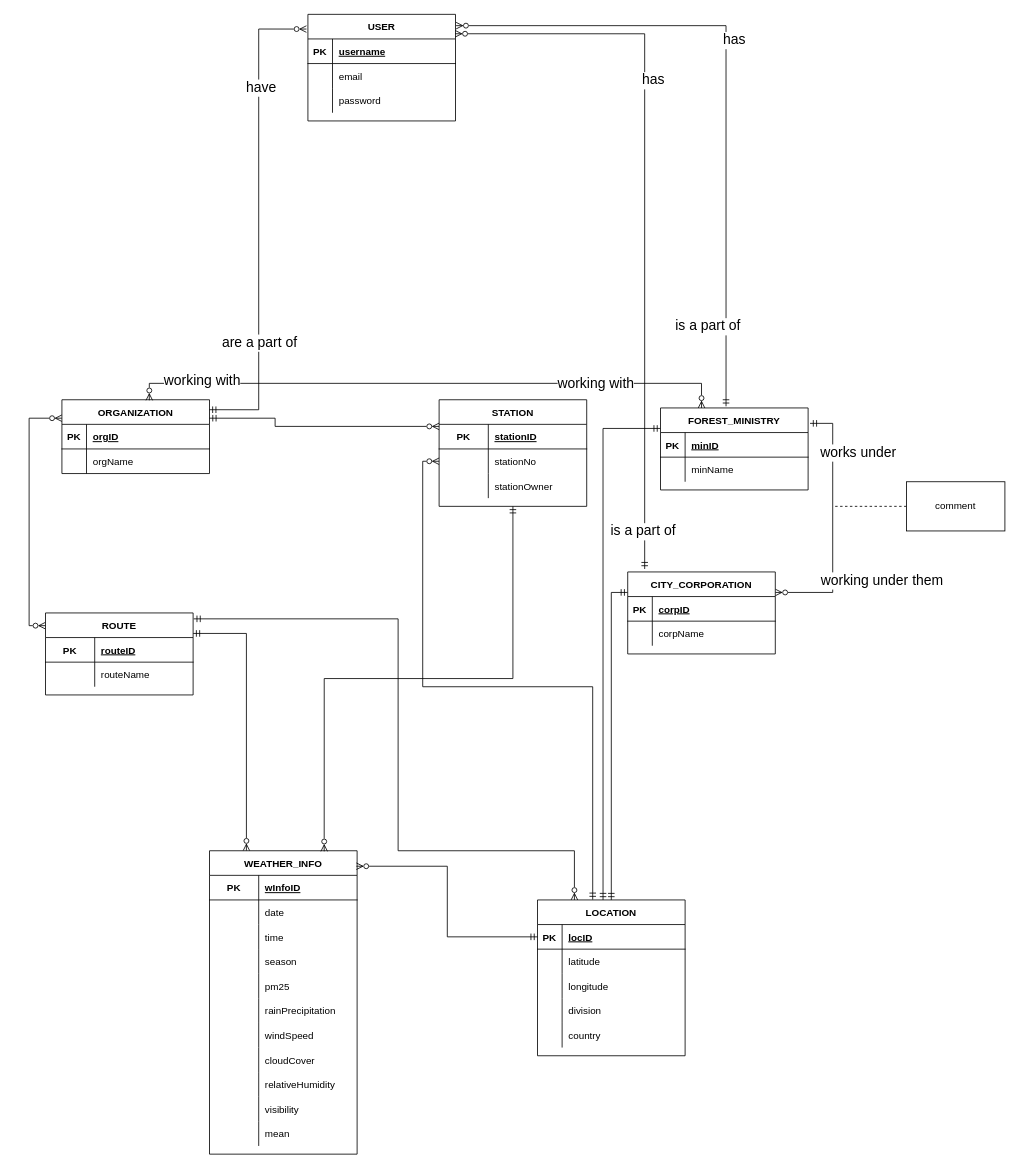
The draw.io diagram z-design/EERD.drawio in zorojuro75/CSE303-sec-03-Group-03, before the edit. Source tidied: cells renumbered, new cells numbered last; positions are measured from the earlier drawing's top-left corner, leaving out a move shared by most shapes. Both pictures are drawn from the tidied source at 82%, with x=0, y=0 at pixel (45, 14).
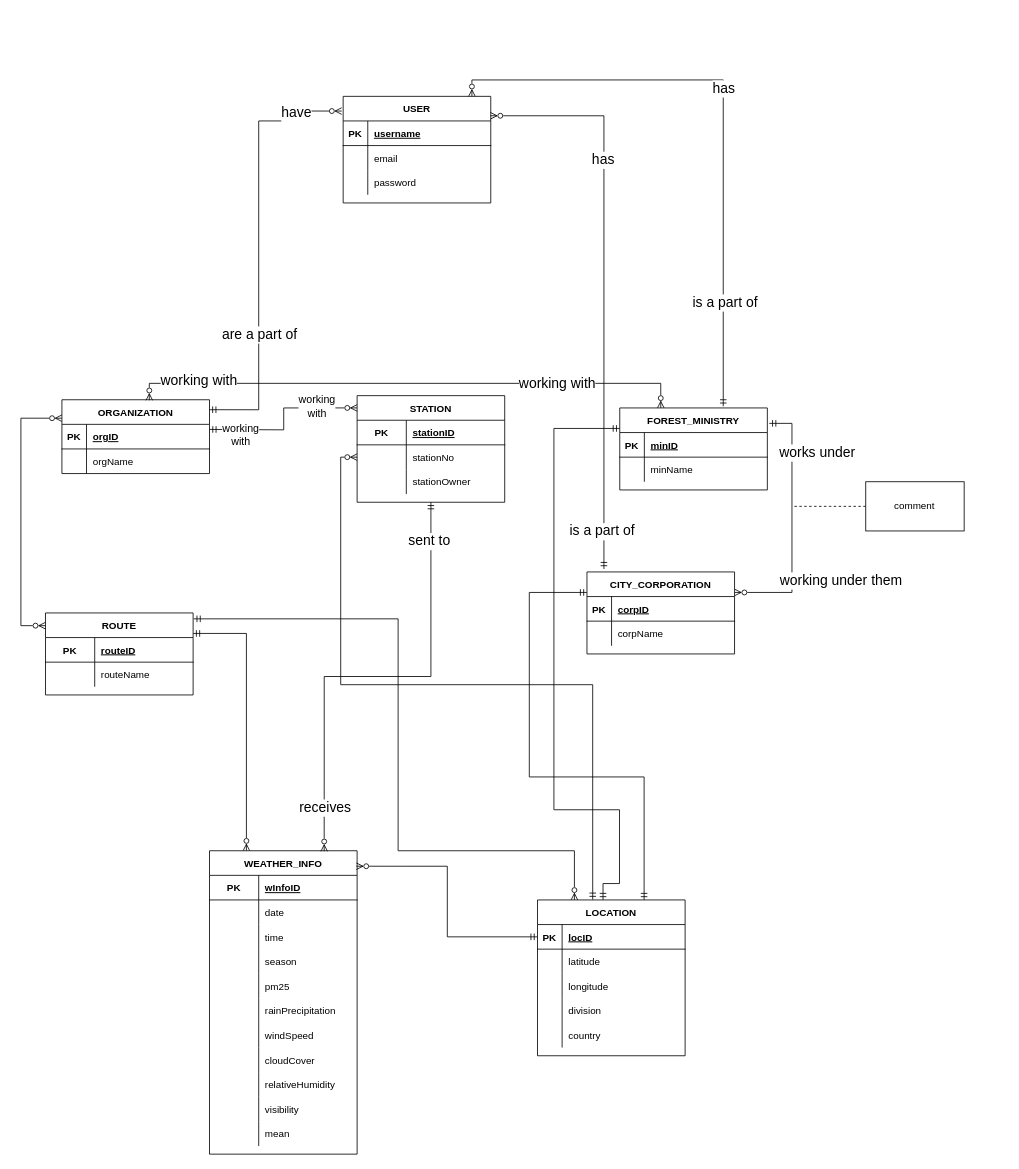
The same diagram, later.

The change refers to these unchanged cells:
```xml
<mxCell id="13" value="ORGANIZATION" style="shape=table;startSize=30;childLayout=tableLayout;rowLines=0;fontStyle=1;align=center;" parent="1" vertex="1">
  <mxGeometry x="20" y="470" width="180" height="90" as="geometry" />
</mxCell>
<mxCell id="35" value="ROUTE" style="shape=table;startSize=30;childLayout=tableLayout;rowLines=0;fontStyle=1;align=center;" parent="1" vertex="1">
  <mxGeometry y="730" width="180" height="100" as="geometry" />
</mxCell>
<mxCell id="99" value="LOCATION" style="shape=table;startSize=30;childLayout=tableLayout;rowLines=0;fontStyle=1;align=center;" parent="1" vertex="1">
  <mxGeometry x="600" y="1080" width="180" height="190" as="geometry" />
</mxCell>
<mxCell id="122" style="edgeStyle=orthogonalEdgeStyle;rounded=0;jettySize=auto;html=1;exitX=0.5;exitY=1;exitDx=0;exitDy=0;entryX=0.777;entryY=0.002;entryDx=0;entryDy=0;startArrow=ERmandOne;startFill=0;endArrow=ERzeroToMany;endFill=0;entryPerimeter=0;" parent="1" edge="1" source="42" target="64">
  <mxGeometry relative="1" as="geometry" />
</mxCell>
```

Diff of the diagram source:
```diff
@@
     <mxCell id="2" value="USER" style="shape=table;startSize=30;childLayout=tableLayout;rowLines=0;fontStyle=1;align=center;" parent="1" vertex="1">
-      <mxGeometry x="320" width="180" height="130" as="geometry" />
+      <mxGeometry x="363" y="100" width="180" height="130" as="geometry" />
     </mxCell>
@@
     <mxCell id="12" style="edgeStyle=orthogonalEdgeStyle;rounded=0;jettySize=auto;html=1;exitX=0;exitY=0.25;exitDx=0;exitDy=0;entryX=-0.001;entryY=0.155;entryDx=0;entryDy=0;entryPerimeter=0;startArrow=ERzeroToMany;startFill=0;endArrow=ERzeroToMany;endFill=0;" parent="1" edge="1" source="13" target="35">
-      <mxGeometry relative="1" as="geometry" />
+      <mxGeometry relative="1" as="geometry">
+        <Array as="points">
+          <mxPoint x="-30" y="493" />
+          <mxPoint x="-30" y="746" />
+        </Array>
+      </mxGeometry>
     </mxCell>
@@
     <mxCell id="20" style="edgeStyle=orthogonalEdgeStyle;rounded=0;jettySize=auto;html=1;exitX=0;exitY=0.25;exitDx=0;exitDy=0;startArrow=ERmandOne;startFill=0;endArrow=ERmandOne;endFill=0;entryX=0.444;entryY=0;entryDx=0;entryDy=0;entryPerimeter=0;" parent="1" edge="1" source="27" target="99">
       <mxGeometry relative="1" as="geometry">
         <Array as="points">
-          <mxPoint x="680" y="505" />
+          <mxPoint x="620" y="505" />
+          <mxPoint x="620" y="970" />
+          <mxPoint x="700" y="970" />
+          <mxPoint x="700" y="1060" />
+          <mxPoint x="680" y="1060" />
         </Array>
       </mxGeometry>
     </mxCell>
-    <mxCell id="21" style="edgeStyle=orthogonalEdgeStyle;rounded=0;jettySize=auto;html=1;entryX=1.004;entryY=0.106;entryDx=0;entryDy=0;entryPerimeter=0;startArrow=ERmandOne;startFill=0;endArrow=ERzeroToMany;endFill=0;exitX=0.444;exitY=-0.02;exitDx=0;exitDy=0;exitPerimeter=0;" parent="1" edge="1" source="27" target="2">
+    <mxCell id="21" style="edgeStyle=orthogonalEdgeStyle;rounded=0;jettySize=auto;html=1;startArrow=ERmandOne;startFill=0;endArrow=ERzeroToMany;endFill=0;exitX=0.444;exitY=-0.02;exitDx=0;exitDy=0;exitPerimeter=0;" parent="1" edge="1" target="2">
       <mxGeometry relative="1" as="geometry">
+        <mxPoint x="826.5" y="478" as="sourcePoint" />
         <Array as="points">
-          <mxPoint x="830" y="14" />
+          <mxPoint x="827" y="80" />
+          <mxPoint x="520" y="80" />
         </Array>
       </mxGeometry>
     </mxCell>
     <mxCell id="22" value="&lt;font style=&quot;font-size: 17px;&quot;&gt;has&lt;/font&gt;" style="edgeLabel;html=1;align=center;verticalAlign=middle;" parent="21" vertex="1">
       <mxGeometry x="-0.12" y="3" relative="1" as="geometry">
-        <mxPoint x="13" y="-98" as="offset" />
+        <mxPoint x="3" y="-69" as="offset" />
       </mxGeometry>
     </mxCell>
     <mxCell id="23" value="is a part of&amp;nbsp;" style="edgeLabel;html=1;align=center;verticalAlign=middle;fontSize=17;" parent="21" vertex="1">
       <mxGeometry x="-0.21" y="1" relative="1" as="geometry">
-        <mxPoint x="-19" y="215" as="offset" />
+        <mxPoint x="5" y="159" as="offset" />
       </mxGeometry>
     </mxCell>
@@
     <mxCell id="27" value="FOREST_MINISTRY" style="shape=table;startSize=30;childLayout=tableLayout;rowLines=0;fontStyle=1;align=center;" parent="1" vertex="1">
-      <mxGeometry x="750" y="480" width="180" height="100" as="geometry" />
+      <mxGeometry x="700.3" y="480" width="180" height="100" as="geometry" />
     </mxCell>
@@
     <mxCell id="42" value="STATION" style="shape=table;startSize=30;childLayout=tableLayout;rowLines=0;fontStyle=1;align=center;" parent="1" vertex="1">
-      <mxGeometry x="480" y="470" width="180" height="130" as="geometry" />
+      <mxGeometry x="380" y="465" width="180" height="130" as="geometry" />
     </mxCell>
@@
     <mxCell id="52" style="edgeStyle=orthogonalEdgeStyle;rounded=0;jettySize=auto;html=1;exitX=1;exitY=0.25;exitDx=0;exitDy=0;entryX=1.013;entryY=0.188;entryDx=0;entryDy=0;entryPerimeter=0;startArrow=ERzeroToMany;startFill=0;endArrow=ERmandOne;endFill=0;" parent="1" edge="1" source="57" target="27">
       <mxGeometry relative="1" as="geometry">
         <Array as="points">
-          <mxPoint x="960" y="705" />
-          <mxPoint x="960" y="499" />
+          <mxPoint x="910.3" y="705" />
+          <mxPoint x="910.3" y="499" />
         </Array>
       </mxGeometry>
     </mxCell>
@@
     <mxCell id="55" style="edgeStyle=orthogonalEdgeStyle;rounded=0;jettySize=auto;html=1;exitX=0;exitY=0.25;exitDx=0;exitDy=0;startArrow=ERmandOne;startFill=0;endArrow=ERmandOne;endFill=0;" parent="1" edge="1" source="57" target="99">
-      <mxGeometry relative="1" as="geometry" />
+      <mxGeometry relative="1" as="geometry">
+        <Array as="points">
+          <mxPoint x="590" y="705" />
+          <mxPoint x="590" y="930" />
+          <mxPoint x="730" y="930" />
+        </Array>
+      </mxGeometry>
     </mxCell>
     <mxCell id="56" style="edgeStyle=orthogonalEdgeStyle;rounded=0;jettySize=auto;html=1;entryX=0.998;entryY=0.182;entryDx=0;entryDy=0;entryPerimeter=0;startArrow=ERmandOne;startFill=0;endArrow=ERzeroToMany;endFill=0;exitX=0.115;exitY=-0.036;exitDx=0;exitDy=0;exitPerimeter=0;" parent="1" edge="1" source="57" target="2">
       <mxGeometry relative="1" as="geometry">
         <Array as="points">
-          <mxPoint x="731" y="24" />
-          <mxPoint x="500" y="24" />
+          <mxPoint x="681" y="124" />
         </Array>
       </mxGeometry>
     </mxCell>
     <mxCell id="57" value="CITY_CORPORATION" style="shape=table;startSize=30;childLayout=tableLayout;rowLines=0;fontStyle=1;align=center;" parent="1" vertex="1">
-      <mxGeometry x="710" y="680" width="180" height="100" as="geometry" />
+      <mxGeometry x="660.3" y="680" width="180" height="100" as="geometry" />
     </mxCell>
@@
     <mxCell id="115" style="edgeStyle=orthogonalEdgeStyle;fontSize=12;html=1;endArrow=ERzeroToMany;rounded=0;entryX=-0.01;entryY=0.138;entryDx=0;entryDy=0;entryPerimeter=0;endFill=0;startArrow=ERmandOne;startFill=0;exitX=0.999;exitY=0.135;exitDx=0;exitDy=0;exitPerimeter=0;" parent="1" edge="1" source="13" target="2">
       <mxGeometry relative="1" as="geometry">
         <Array as="points">
           <mxPoint x="260" y="482" />
-          <mxPoint x="260" y="18" />
+          <mxPoint x="260" y="130" />
+          <mxPoint x="310" y="130" />
+          <mxPoint x="310" y="118" />
         </Array>
       </mxGeometry>
     </mxCell>
     <mxCell id="116" value="are a part of" style="edgeLabel;html=1;align=center;verticalAlign=middle;fontSize=17;" parent="115" vertex="1">
       <mxGeometry x="0.41" y="4" relative="1" as="geometry">
-        <mxPoint x="4" y="269" as="offset" />
+        <mxPoint x="4" y="219" as="offset" />
       </mxGeometry>
     </mxCell>
     <mxCell id="117" value="have" style="edgeLabel;html=1;align=center;verticalAlign=middle;fontSize=17;" parent="115" vertex="1">
       <mxGeometry x="0.56" y="-2" relative="1" as="geometry">
-        <mxPoint y="1" as="offset" />
+        <mxPoint x="43" y="-12" as="offset" />
       </mxGeometry>
     </mxCell>
-    <mxCell id="118" style="edgeStyle=orthogonalEdgeStyle;fontSize=12;html=1;endArrow=ERzeroToMany;rounded=0;exitX=1;exitY=0.25;exitDx=0;exitDy=0;endFill=0;startArrow=ERmandOne;startFill=0;entryX=0;entryY=0.25;entryDx=0;entryDy=0;" parent="1" edge="1" source="13" target="42">
+    <mxCell id="118" style="edgeStyle=orthogonalEdgeStyle;fontSize=12;html=1;endArrow=ERzeroToMany;rounded=0;exitX=1;exitY=0.25;exitDx=0;exitDy=0;endFill=0;startArrow=ERmandOne;startFill=0;entryX=0;entryY=0.115;entryDx=0;entryDy=0;entryPerimeter=0;" parent="1" edge="1" target="42">
       <mxGeometry relative="1" as="geometry">
-        <Array as="points">
-          <mxPoint x="280" y="493" />
-          <mxPoint x="280" y="503" />
-        </Array>
+        <mxPoint x="200" y="506.2" as="sourcePoint" />
       </mxGeometry>
     </mxCell>
+    <mxCell id="126" value="working&lt;br style=&quot;font-size: 13px;&quot;&gt;with" style="edgeLabel;html=1;align=center;verticalAlign=middle;fontSize=13;" parent="118" vertex="1">
+      <mxGeometry x="0.6" relative="1" as="geometry">
+        <mxPoint x="-8" y="-2" as="offset" />
+      </mxGeometry>
+    </mxCell>
@@
     <mxCell id="120" style="edgeStyle=orthogonalEdgeStyle;rounded=0;jettySize=auto;html=1;fontSize=17;dashed=1;endArrow=none;endFill=0;" parent="1" edge="1" source="121">
       <mxGeometry relative="1" as="geometry">
-        <mxPoint x="960" y="600" as="targetPoint" />
+        <mxPoint x="910.3" y="600" as="targetPoint" />
       </mxGeometry>
     </mxCell>
     <mxCell id="121" value="comment" style="rounded=0;whiteSpace=wrap;html=1;" parent="1" vertex="1">
-      <mxGeometry x="1050" y="570" width="120" height="60" as="geometry" />
+      <mxGeometry x="1000.3" y="570" width="120" height="60" as="geometry" />
     </mxCell>
@@
+    <mxCell id="127" value="receives" style="edgeLabel;html=1;align=center;verticalAlign=middle;fontSize=17;" parent="122" vertex="1">
+      <mxGeometry x="0.81" y="1" relative="1" as="geometry" />
+    </mxCell>
+    <mxCell id="128" value="sent to" style="edgeLabel;html=1;align=center;verticalAlign=middle;fontSize=17;" parent="122" vertex="1">
+      <mxGeometry x="-0.83" y="-3" relative="1" as="geometry" />
+    </mxCell>
@@
     <mxCell id="124" value="is a part of&amp;nbsp;" style="edgeLabel;html=1;align=center;verticalAlign=middle;fontSize=17;" parent="1" vertex="1">
-      <mxGeometry x="730" y="630" as="geometry" />
+      <mxGeometry x="680.3" y="630" as="geometry" />
     </mxCell>
     <mxCell id="125" value="&lt;font style=&quot;font-size: 17px;&quot;&gt;has&lt;/font&gt;" style="edgeLabel;html=1;align=center;verticalAlign=middle;" parent="1" vertex="1">
-      <mxGeometry x="740" y="80" as="geometry" />
+      <mxGeometry x="713" y="180" as="geometry">
+        <mxPoint x="-34" y="-3" as="offset" />
+      </mxGeometry>
     </mxCell>
+    <mxCell id="129" value="working&lt;br style=&quot;font-size: 13px;&quot;&gt;with" style="edgeLabel;html=1;align=center;verticalAlign=middle;fontSize=13;" parent="1" vertex="1">
+      <mxGeometry x="350" y="530" as="geometry">
+        <mxPoint x="-113" y="-18" as="offset" />
+      </mxGeometry>
+    </mxCell>
```
